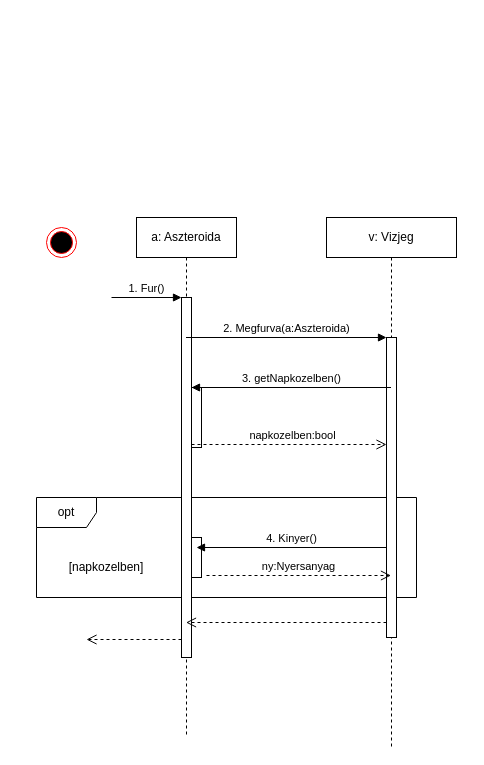
The draw.io diagram doc/uml/szublimalo_aszteroida_furas.drawio in torpeBoiGo/aszteroidabanyaszat, before the edit. Source tidied: cells renumbered, new cells numbered last; positions are measured from the earlier drawing's top-left corner, leaving out a move shared by most shapes. Both pictures are drawn from the tidied source at 100%, with x=0, y=0 at pixel (36, 217).
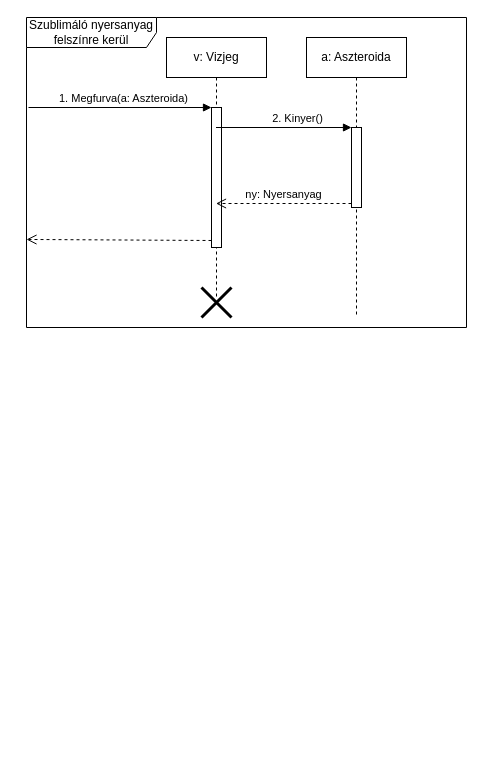
Above is the later version.

Diff of the diagram source:
```diff
@@
-    <mxCell id="0" />
-    <mxCell id="1" parent="0" />
-    <mxCell id="2" value="opt" style="shape=umlFrame;whiteSpace=wrap;html=1;" parent="1" vertex="1">
-      <mxGeometry y="280" width="380" height="100" as="geometry" />
-    </mxCell>
+    <mxCell id="19" />
+    <mxCell id="20" parent="19" />
+    <mxCell id="21" value="Szublimáló nyersanyag felszínre kerül" style="shape=umlFrame;whiteSpace=wrap;html=1;width=130;height=30;" parent="20" vertex="1">
+      <mxGeometry x="-10" y="-200" width="440" height="310" as="geometry" />
+    </mxCell>
+    <mxCell id="8" value="v: Vizjeg" style="shape=umlLifeline;perimeter=lifelinePerimeter;whiteSpace=wrap;html=1;outlineConnect=0;" parent="20" vertex="1">
+      <mxGeometry x="130" y="-180" width="100" height="260" as="geometry" />
+    </mxCell>
+    <mxCell id="22" style="html=1;points=[];perimeter=orthogonalPerimeter;" parent="8" vertex="1">
+      <mxGeometry x="45" y="70" width="10" height="140" as="geometry" />
+    </mxCell>
-    <mxCell id="3" value="a: Aszteroida" style="shape=umlLifeline;perimeter=lifelinePerimeter;whiteSpace=wrap;html=1;outlineConnect=0;" parent="1" vertex="1">
-      <mxGeometry x="100" width="100" height="520" as="geometry" />
+    <mxCell id="3" value="a: Aszteroida" style="shape=umlLifeline;perimeter=lifelinePerimeter;whiteSpace=wrap;html=1;outlineConnect=0;" parent="20" vertex="1">
+      <mxGeometry x="270" y="-180" width="100" height="280" as="geometry" />
     </mxCell>
-    <mxCell id="4" style="html=1;points=[];perimeter=orthogonalPerimeter;" parent="3" vertex="1">
-      <mxGeometry x="45" y="80" width="10" height="360" as="geometry" />
-    </mxCell>
-    <mxCell id="5" value="1. Fur()" style="html=1;verticalAlign=bottom;endArrow=block;entryX=0;entryY=0;" parent="3" edge="1" target="4">
-      <mxGeometry relative="1" as="geometry">
-        <mxPoint x="-25" y="80" as="sourcePoint" />
-      </mxGeometry>
-    </mxCell>
-    <mxCell id="6" style="html=1;verticalAlign=bottom;endArrow=open;dashed=1;endSize=8;exitX=0;exitY=0.95;" parent="3" edge="1" source="4">
-      <mxGeometry x="1" y="-64" relative="1" as="geometry">
-        <mxPoint x="-50" y="422" as="targetPoint" />
-        <mxPoint x="-20" y="3" as="offset" />
-      </mxGeometry>
-    </mxCell>
-    <mxCell id="7" style="html=1;points=[];perimeter=orthogonalPerimeter;" parent="3" vertex="1">
-      <mxGeometry x="55" y="320" width="10" height="40" as="geometry" />
-    </mxCell>
-    <mxCell id="8" value="v: Vizjeg" style="shape=umlLifeline;perimeter=lifelinePerimeter;whiteSpace=wrap;html=1;outlineConnect=0;" parent="1" vertex="1">
-      <mxGeometry x="290" width="130" height="530" as="geometry" />
-    </mxCell>
-    <mxCell id="9" style="html=1;points=[];perimeter=orthogonalPerimeter;" parent="8" vertex="1">
-      <mxGeometry x="60" y="120" width="10" height="300" as="geometry" />
-    </mxCell>
-    <mxCell id="10" style="html=1;verticalAlign=bottom;endArrow=open;dashed=1;endSize=8;exitX=0;exitY=0.95;" parent="1" edge="1" source="9" target="3">
-      <mxGeometry relative="1" as="geometry" />
-    </mxCell>
-    <mxCell id="11" value="2. Megfurva(a:Aszteroida)" style="html=1;verticalAlign=bottom;endArrow=block;entryX=0;entryY=0;" parent="1" edge="1" source="3" target="9">
-      <mxGeometry relative="1" as="geometry" />
-    </mxCell>
-    <mxCell id="12" value="ny:Nyersanyag" style="html=1;verticalAlign=bottom;endArrow=open;dashed=1;endSize=8;" parent="1" edge="1">
-      <mxGeometry relative="1" as="geometry">
-        <mxPoint x="170" y="358" as="sourcePoint" />
-        <mxPoint x="354.5" y="358" as="targetPoint" />
-      </mxGeometry>
-    </mxCell>
-    <mxCell id="13" value="[napkozelben]" style="text;html=1;strokeColor=none;fillColor=none;align=center;verticalAlign=middle;whiteSpace=wrap;rounded=0;" parent="1" vertex="1">
-      <mxGeometry x="40" y="340" width="60" height="20" as="geometry" />
-    </mxCell>
-    <mxCell id="14" style="html=1;points=[];perimeter=orthogonalPerimeter;" parent="1" vertex="1">
-      <mxGeometry x="155" y="170" width="10" height="60" as="geometry" />
-    </mxCell>
-    <mxCell id="15" value="3. getNapkozelben()" style="html=1;verticalAlign=bottom;endArrow=block;entryX=0;entryY=0;" parent="1" edge="1" source="8" target="14">
-      <mxGeometry relative="1" as="geometry" />
-    </mxCell>
-    <mxCell id="16" value="napkozelben:bool" style="html=1;verticalAlign=bottom;endArrow=open;dashed=1;endSize=8;exitX=0;exitY=0.95;" parent="1" edge="1" source="14" target="9">
-      <mxGeometry x="0.03" relative="1" as="geometry">
-        <mxPoint x="1" as="offset" />
-      </mxGeometry>
-    </mxCell>
-    <mxCell id="17" value="4. Kinyer()" style="html=1;verticalAlign=bottom;endArrow=block;entryX=0.5;entryY=0.25;entryDx=0;entryDy=0;entryPerimeter=0;" parent="1" edge="1" target="7">
-      <mxGeometry relative="1" as="geometry">
-        <mxPoint x="350" y="330" as="sourcePoint" />
-      </mxGeometry>
-    </mxCell>
-    <mxCell id="18" style="ellipse;html=1;shape=endState;fillColor=#000000;strokeColor=#ff0000;" parent="1" vertex="1">
-      <mxGeometry x="10" y="10" width="30" height="30" as="geometry" />
-    </mxCell>
+    <mxCell id="23" style="html=1;points=[];perimeter=orthogonalPerimeter;" parent="3" vertex="1">
+      <mxGeometry x="45" y="90" width="10" height="80" as="geometry" />
+    </mxCell>
+    <mxCell id="24" value="2. Kinyer()" style="html=1;verticalAlign=bottom;endArrow=block;entryX=0;entryY=0;" parent="20" edge="1" source="8" target="23">
+      <mxGeometry x="0.19" relative="1" as="geometry" />
+    </mxCell>
+    <mxCell id="25" value="ny: Nyersanyag" style="html=1;verticalAlign=bottom;endArrow=open;dashed=1;endSize=8;exitX=0;exitY=0.95;" parent="20" edge="1" source="23" target="8">
+      <mxGeometry relative="1" as="geometry" />
+    </mxCell>
+    <mxCell id="26" style="shape=umlDestroy;whiteSpace=wrap;html=1;strokeWidth=3;" parent="20" vertex="1">
+      <mxGeometry x="165" y="70" width="30" height="30" as="geometry" />
+    </mxCell>
+    <mxCell id="27" value="1. Megfurva(a: Aszteroida)" style="html=1;verticalAlign=bottom;endArrow=block;entryX=0;entryY=0;" parent="20" edge="1" target="22">
+      <mxGeometry x="0.04" relative="1" as="geometry">
+        <mxPoint x="-8" y="-110" as="sourcePoint" />
+      </mxGeometry>
+    </mxCell>
+    <mxCell id="28" style="html=1;verticalAlign=bottom;endArrow=open;dashed=1;endSize=8;exitX=0;exitY=0.95;entryX=0;entryY=0.716;entryDx=0;entryDy=0;entryPerimeter=0;" parent="20" edge="1" source="22" target="21">
+      <mxGeometry x="1" y="-108" relative="1" as="geometry">
+        <mxPoint x="-41" y="8" as="offset" />
+      </mxGeometry>
+    </mxCell>
```
